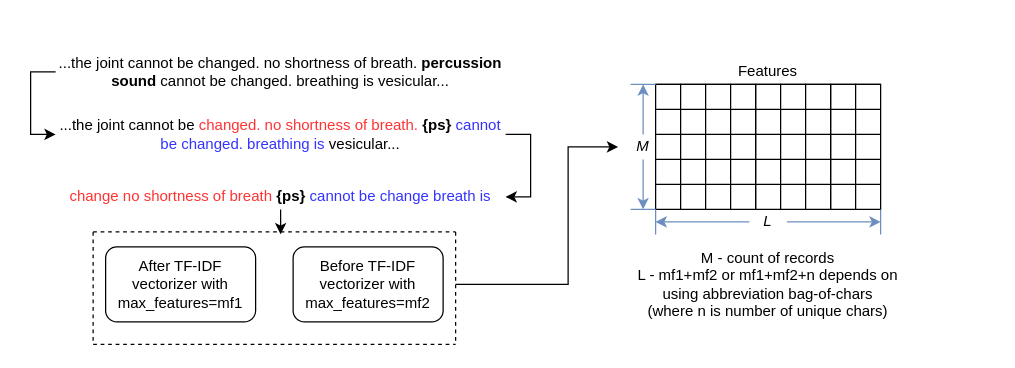
Before: data/Untitled Diagram.drawio in EgorovM/abbreviations_decode, a draw.io diagram. Source tidied: cells renumbered, new cells numbered last; positions are measured from the earlier drawing's top-left corner, leaving out a move shared by most shapes. Both pictures are drawn from the tidied source at 125%, with x=0, y=0 at pixel (55, 59).
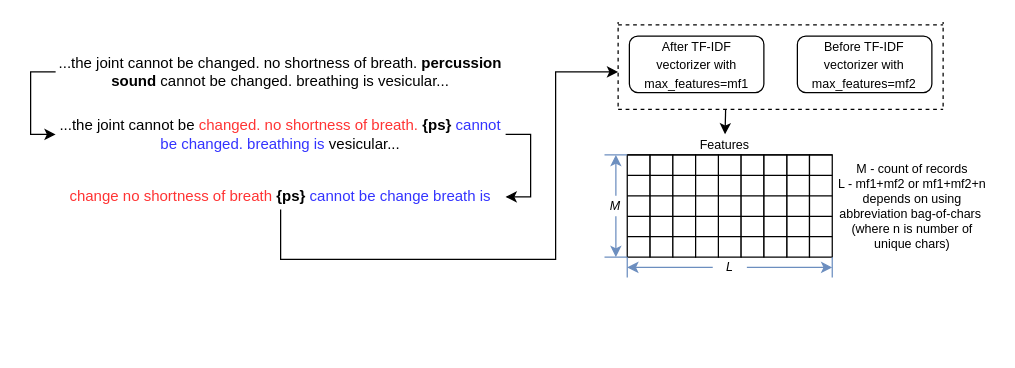
After the change.

Unchanged cells that the change refers to:
```xml
<mxCell id="7" value="&lt;font color=&quot;#ff3333&quot;&gt;change no shortness of breath&lt;/font&gt;&amp;nbsp;&lt;b&gt;{ps}&lt;/b&gt; &lt;font color=&quot;#3333ff&quot;&gt;cannot be change breath is&lt;/font&gt;" style="text;html=1;strokeColor=none;fillColor=none;align=center;verticalAlign=middle;whiteSpace=wrap;rounded=0;" parent="1" vertex="1">
  <mxGeometry y="100" width="360" height="20" as="geometry" />
</mxCell>
```

Change to the diagram source:
```diff
@@
     <mxCell id="6" style="edgeStyle=orthogonalEdgeStyle;rounded=0;jettySize=auto;html=1;exitX=0.5;exitY=1;exitDx=0;exitDy=0;strokeColor=#000000;" parent="1" edge="1" source="7">
       <mxGeometry relative="1" as="geometry">
-        <mxPoint x="180" y="140" as="targetPoint" />
+        <mxPoint x="450" y="10" as="targetPoint" />
+        <Array as="points">
+          <mxPoint x="180" y="160" />
+          <mxPoint x="400" y="160" />
+          <mxPoint x="400" y="10" />
+        </Array>
       </mxGeometry>
     </mxCell>
@@
+    <mxCell id="41" style="group;" parent="1" vertex="1">
+      <mxGeometry x="450" y="-30" width="260" height="70" as="geometry" />
+    </mxCell>
-    <mxCell id="8" value="After TF-IDF vectorizer with max_features=mf1" style="rounded=1;whiteSpace=wrap;html=1;" parent="1" vertex="1">
-      <mxGeometry x="40" y="150" width="120" height="60" as="geometry" />
+    <mxCell id="8" value="&lt;font style=&quot;font-size: 10px&quot;&gt;After TF-IDF&lt;br&gt;vectorizer with max_features=mf1&lt;/font&gt;" style="rounded=1;whiteSpace=wrap;html=1;" parent="41" vertex="1">
+      <mxGeometry x="9" y="11.3" width="107.6" height="45.2" as="geometry" />
     </mxCell>
-    <mxCell id="9" style="edgeStyle=orthogonalEdgeStyle;rounded=0;jettySize=auto;html=1;entryX=0;entryY=0.5;entryDx=0;entryDy=0;strokeColor=#000000;" parent="1" edge="1" target="34">
-      <mxGeometry relative="1" as="geometry">
-        <mxPoint x="320" y="180" as="sourcePoint" />
-        <Array as="points">
-          <mxPoint x="410" y="180" />
-          <mxPoint x="410" y="70" />
-        </Array>
-      </mxGeometry>
-    </mxCell>
-    <mxCell id="10" value="Before TF-IDF vectorizer with max_features=mf2" style="rounded=1;whiteSpace=wrap;html=1;" parent="1" vertex="1">
-      <mxGeometry x="190" y="150" width="120" height="60" as="geometry" />
+    <mxCell id="10" value="&lt;font style=&quot;font-size: 10px&quot;&gt;Before TF-IDF vectorizer with max_features=mf2&lt;/font&gt;" style="rounded=1;whiteSpace=wrap;html=1;" parent="41" vertex="1">
+      <mxGeometry x="143.4" y="11.3" width="107.6" height="45.2" as="geometry" />
     </mxCell>
-    <mxCell id="11" style="endArrow=none;dashed=1;html=1;" parent="1" edge="1">
+    <mxCell id="11" style="endArrow=none;dashed=1;html=1;" parent="41" edge="1">
       <mxGeometry relative="1" as="geometry">
-        <mxPoint x="320" y="225" as="sourcePoint" />
-        <mxPoint x="320" y="135" as="targetPoint" />
+        <mxPoint x="260" y="67.7" as="sourcePoint" />
+        <mxPoint x="260" as="targetPoint" />
       </mxGeometry>
     </mxCell>
-    <mxCell id="12" style="endArrow=none;dashed=1;html=1;" parent="1" edge="1">
+    <mxCell id="12" style="endArrow=none;dashed=1;html=1;" parent="41" edge="1">
       <mxGeometry relative="1" as="geometry">
-        <mxPoint x="30" y="225" as="sourcePoint" />
-        <mxPoint x="30" y="135" as="targetPoint" />
+        <mxPoint y="67.7" as="sourcePoint" />
+        <mxPoint as="targetPoint" />
       </mxGeometry>
     </mxCell>
-    <mxCell id="13" style="endArrow=none;dashed=1;html=1;" parent="1" edge="1">
+    <mxCell id="13" style="endArrow=none;dashed=1;html=1;" parent="41" edge="1">
       <mxGeometry relative="1" as="geometry">
-        <mxPoint x="30" y="228" as="sourcePoint" />
-        <mxPoint x="320" y="228" as="targetPoint" />
+        <mxPoint y="70" as="sourcePoint" />
+        <mxPoint x="260" y="70" as="targetPoint" />
       </mxGeometry>
     </mxCell>
-    <mxCell id="14" style="endArrow=none;dashed=1;html=1;" parent="1" edge="1">
+    <mxCell id="14" style="endArrow=none;dashed=1;html=1;" parent="41" edge="1">
       <mxGeometry relative="1" as="geometry">
-        <mxPoint x="30" y="138" as="sourcePoint" />
-        <mxPoint x="320" y="138" as="targetPoint" />
+        <mxPoint y="2.3" as="sourcePoint" />
+        <mxPoint x="260" y="2.3" as="targetPoint" />
       </mxGeometry>
     </mxCell>
+    <mxCell id="34" value="&lt;i&gt;&lt;font style=&quot;font-size: 10px&quot;&gt;M&lt;/font&gt;&lt;/i&gt;" style="text;html=1;strokeColor=none;fillColor=none;align=center;verticalAlign=middle;whiteSpace=wrap;rounded=0;" parent="1" vertex="1">
+      <mxGeometry x="430" y="109.1" width="36.4" height="16.4" as="geometry" />
+    </mxCell>
-    <mxCell id="15" value="Features" style="text;html=1;strokeColor=none;fillColor=none;align=center;verticalAlign=middle;whiteSpace=wrap;rounded=0;" parent="1" vertex="1">
-      <mxGeometry x="520" width="100" height="20" as="geometry" />
+    <mxCell id="15" value="&lt;font style=&quot;font-size: 10px&quot;&gt;Features&lt;/font&gt;" style="text;html=1;strokeColor=none;fillColor=none;align=center;verticalAlign=middle;whiteSpace=wrap;rounded=0;" parent="1" vertex="1">
+      <mxGeometry x="490" y="60" width="91.1" height="16.4" as="geometry" />
     </mxCell>
     <mxCell id="16" style="rounded=0;whiteSpace=wrap;html=1;" parent="1" vertex="1">
-      <mxGeometry x="480" y="20" width="20" height="100" as="geometry" />
+      <mxGeometry x="457.3" y="76.4" width="18.2" height="81.8" as="geometry" />
     </mxCell>
     <mxCell id="17" style="rounded=0;whiteSpace=wrap;html=1;" parent="1" vertex="1">
-      <mxGeometry x="500" y="20" width="20" height="100" as="geometry" />
+      <mxGeometry x="475.6" y="76.4" width="18.2" height="81.8" as="geometry" />
     </mxCell>
     <mxCell id="18" style="rounded=0;whiteSpace=wrap;html=1;" parent="1" vertex="1">
-      <mxGeometry x="520" y="20" width="20" height="100" as="geometry" />
+      <mxGeometry x="493.8" y="76.4" width="18.2" height="81.8" as="geometry" />
     </mxCell>
     <mxCell id="19" style="rounded=0;whiteSpace=wrap;html=1;" parent="1" vertex="1">
-      <mxGeometry x="560" y="20" width="20" height="100" as="geometry" />
+      <mxGeometry x="530.2" y="76.4" width="18.2" height="81.8" as="geometry" />
     </mxCell>
     <mxCell id="20" style="rounded=0;whiteSpace=wrap;html=1;" parent="1" vertex="1">
-      <mxGeometry x="540" y="20" width="20" height="100" as="geometry" />
+      <mxGeometry x="512" y="76.4" width="18.2" height="81.8" as="geometry" />
     </mxCell>
     <mxCell id="21" style="rounded=0;whiteSpace=wrap;html=1;" parent="1" vertex="1">
-      <mxGeometry x="580" y="20" width="20" height="100" as="geometry" />
+      <mxGeometry x="548.4" y="76.4" width="18.2" height="81.8" as="geometry" />
     </mxCell>
     <mxCell id="22" style="rounded=0;whiteSpace=wrap;html=1;" parent="1" vertex="1">
-      <mxGeometry x="620" y="20" width="20" height="100" as="geometry" />
+      <mxGeometry x="584.9" y="76.4" width="18.2" height="81.8" as="geometry" />
     </mxCell>
     <mxCell id="23" style="rounded=0;whiteSpace=wrap;html=1;" parent="1" vertex="1">
-      <mxGeometry x="600" y="20" width="20" height="100" as="geometry" />
+      <mxGeometry x="566.7" y="76.4" width="18.2" height="81.8" as="geometry" />
     </mxCell>
     <mxCell id="24" style="rounded=0;whiteSpace=wrap;html=1;" parent="1" vertex="1">
-      <mxGeometry x="640" y="20" width="20" height="100" as="geometry" />
+      <mxGeometry x="603.1" y="76.4" width="18.2" height="81.8" as="geometry" />
     </mxCell>
     <mxCell id="25" style="endArrow=none;html=1;exitX=0;exitY=1;exitDx=0;exitDy=0;entryX=0;entryY=0;entryDx=0;entryDy=0;" parent="1" edge="1">
-      <mxGeometry relative="1" as="geometry">
-        <mxPoint x="480" y="100" as="sourcePoint" />
-        <mxPoint x="660" y="100" as="targetPoint" />
+      <mxGeometry x="579.1" y="150" as="geometry">
+        <mxPoint x="457.3" y="141.8" as="sourcePoint" />
+        <mxPoint x="621.3" y="141.8" as="targetPoint" />
       </mxGeometry>
     </mxCell>
     <mxCell id="26" style="endArrow=none;html=1;exitX=0;exitY=1;exitDx=0;exitDy=0;entryX=0;entryY=0;entryDx=0;entryDy=0;" parent="1" edge="1">
-      <mxGeometry relative="1" as="geometry">
-        <mxPoint x="480" y="80" as="sourcePoint" />
-        <mxPoint x="660" y="80" as="targetPoint" />
+      <mxGeometry x="579.1" y="150" as="geometry">
+        <mxPoint x="457.3" y="125.5" as="sourcePoint" />
+        <mxPoint x="621.3" y="125.5" as="targetPoint" />
       </mxGeometry>
     </mxCell>
     <mxCell id="27" style="endArrow=none;html=1;exitX=0;exitY=1;exitDx=0;exitDy=0;entryX=0;entryY=0;entryDx=0;entryDy=0;" parent="1" edge="1">
-      <mxGeometry relative="1" as="geometry">
-        <mxPoint x="480" y="60" as="sourcePoint" />
-        <mxPoint x="660" y="60" as="targetPoint" />
+      <mxGeometry x="579.1" y="150" as="geometry">
+        <mxPoint x="457.3" y="109.1" as="sourcePoint" />
+        <mxPoint x="621.3" y="109.1" as="targetPoint" />
       </mxGeometry>
     </mxCell>
     <mxCell id="28" style="endArrow=none;html=1;exitX=0;exitY=1;exitDx=0;exitDy=0;entryX=0;entryY=0;entryDx=0;entryDy=0;" parent="1" edge="1">
-      <mxGeometry relative="1" as="geometry">
-        <mxPoint x="480" y="40" as="sourcePoint" />
-        <mxPoint x="660" y="40" as="targetPoint" />
+      <mxGeometry x="579.1" y="150" as="geometry">
+        <mxPoint x="457.3" y="92.7" as="sourcePoint" />
+        <mxPoint x="621.3" y="92.7" as="targetPoint" />
       </mxGeometry>
     </mxCell>
     <mxCell id="29" style="endArrow=none;html=1;exitX=0;exitY=1;exitDx=0;exitDy=0;entryX=0;entryY=0;entryDx=0;entryDy=0;" parent="1" edge="1">
-      <mxGeometry relative="1" as="geometry">
-        <mxPoint x="480" y="20" as="sourcePoint" />
-        <mxPoint x="660" y="20" as="targetPoint" />
+      <mxGeometry x="579.1" y="150" as="geometry">
+        <mxPoint x="457.3" y="76.4" as="sourcePoint" />
+        <mxPoint x="621.3" y="76.4" as="targetPoint" />
       </mxGeometry>
     </mxCell>
     <mxCell id="30" style="endArrow=none;html=1;entryX=0;entryY=0;entryDx=0;entryDy=0;fillColor=#dae8fc;strokeColor=#6c8ebf;" parent="1" edge="1" target="16">
-      <mxGeometry relative="1" as="geometry">
-        <mxPoint x="460" y="20" as="sourcePoint" />
+      <mxGeometry x="579.1" y="150" as="geometry">
+        <mxPoint x="439.1" y="76.4" as="sourcePoint" />
       </mxGeometry>
     </mxCell>
     <mxCell id="31" style="endArrow=none;html=1;exitX=0;exitY=1;exitDx=0;exitDy=0;fillColor=#dae8fc;strokeColor=#6c8ebf;" parent="1" edge="1" source="16">
-      <mxGeometry relative="1" as="geometry">
-        <mxPoint x="460" y="120" as="targetPoint" />
+      <mxGeometry x="579.1" y="150" as="geometry">
+        <mxPoint x="439.1" y="158.2" as="targetPoint" />
       </mxGeometry>
     </mxCell>
     <mxCell id="32" style="edgeStyle=orthogonalEdgeStyle;rounded=0;jettySize=auto;html=1;exitX=0.5;exitY=0;exitDx=0;exitDy=0;fillColor=#dae8fc;strokeColor=#6C8EBF;" parent="1" edge="1" source="34">
-      <mxGeometry relative="1" as="geometry">
-        <mxPoint x="470" y="20" as="targetPoint" />
+      <mxGeometry x="579.1" y="150" as="geometry">
+        <mxPoint x="448.2" y="76.4" as="targetPoint" />
       </mxGeometry>
     </mxCell>
     <mxCell id="33" style="edgeStyle=orthogonalEdgeStyle;rounded=0;jettySize=auto;html=1;exitX=0.5;exitY=1;exitDx=0;exitDy=0;fillColor=#dae8fc;strokeColor=#6c8ebf;" parent="1" edge="1" source="34">
-      <mxGeometry relative="1" as="geometry">
-        <mxPoint x="470" y="120" as="targetPoint" />
+      <mxGeometry x="579.1" y="150" as="geometry">
+        <mxPoint x="448.2" y="158.2" as="targetPoint" />
       </mxGeometry>
     </mxCell>
-    <mxCell id="34" value="&lt;i&gt;M&lt;/i&gt;" style="text;html=1;strokeColor=none;fillColor=none;align=center;verticalAlign=middle;whiteSpace=wrap;rounded=0;" parent="1" vertex="1">
-      <mxGeometry x="450" y="60" width="40" height="20" as="geometry" />
-    </mxCell>
     <mxCell id="35" style="endArrow=none;html=1;strokeColor=#6C8EBF;entryX=0;entryY=1;entryDx=0;entryDy=0;" parent="1" edge="1" target="16">
-      <mxGeometry relative="1" as="geometry">
-        <mxPoint x="480" y="140" as="sourcePoint" />
+      <mxGeometry x="579.1" y="150" as="geometry">
+        <mxPoint x="457.3" y="174.5" as="sourcePoint" />
       </mxGeometry>
     </mxCell>
     <mxCell id="36" style="endArrow=none;html=1;strokeColor=#6C8EBF;entryX=1;entryY=1;entryDx=0;entryDy=0;" parent="1" edge="1" target="24">
-      <mxGeometry relative="1" as="geometry">
-        <mxPoint x="660" y="140" as="sourcePoint" />
+      <mxGeometry x="579.1" y="150" as="geometry">
+        <mxPoint x="621.3" y="174.5" as="sourcePoint" />
       </mxGeometry>
     </mxCell>
     <mxCell id="37" style="edgeStyle=orthogonalEdgeStyle;rounded=0;jettySize=auto;html=1;exitX=1;exitY=0.5;exitDx=0;exitDy=0;strokeColor=#6C8EBF;" parent="1" edge="1" source="39">
-      <mxGeometry relative="1" as="geometry">
-        <mxPoint x="660" y="130" as="targetPoint" />
+      <mxGeometry x="579.1" y="150" as="geometry">
+        <mxPoint x="621.3" y="166.4" as="targetPoint" />
       </mxGeometry>
     </mxCell>
     <mxCell id="38" style="edgeStyle=orthogonalEdgeStyle;rounded=0;jettySize=auto;html=1;exitX=0;exitY=0.5;exitDx=0;exitDy=0;strokeColor=#6C8EBF;" parent="1" edge="1" source="39">
-      <mxGeometry relative="1" as="geometry">
-        <mxPoint x="480" y="130" as="targetPoint" />
+      <mxGeometry x="579.1" y="150" as="geometry">
+        <mxPoint x="457.3" y="166.4" as="targetPoint" />
       </mxGeometry>
     </mxCell>
-    <mxCell id="39" value="&lt;i&gt;L&lt;/i&gt;" style="text;html=1;strokeColor=none;fillColor=none;align=center;verticalAlign=middle;whiteSpace=wrap;rounded=0;" parent="1" vertex="1">
-      <mxGeometry x="555" y="120" width="30" height="20" as="geometry" />
+    <mxCell id="39" value="&lt;i&gt;&lt;font style=&quot;font-size: 10px&quot;&gt;L&lt;/font&gt;&lt;/i&gt;" style="text;html=1;strokeColor=none;fillColor=none;align=center;verticalAlign=middle;whiteSpace=wrap;rounded=0;" parent="1" vertex="1">
+      <mxGeometry x="525.7" y="158.2" width="27.3" height="16.4" as="geometry" />
     </mxCell>
-    <mxCell id="40" value="&lt;div&gt;&lt;span&gt;M - count of records&lt;/span&gt;&lt;/div&gt;&lt;div&gt;&lt;span&gt;L - mf1+mf2 or mf1+mf2+n depends on using abbreviation bag-of-chars (where n is number of unique chars)&lt;/span&gt;&lt;/div&gt;" style="text;html=1;strokeColor=none;fillColor=none;align=center;verticalAlign=middle;whiteSpace=wrap;rounded=0;" parent="1" vertex="1">
-      <mxGeometry x="465" y="140" width="210" height="80" as="geometry" />
+    <mxCell id="40" value="&lt;div style=&quot;font-size: 10px&quot;&gt;&lt;font style=&quot;font-size: 10px&quot;&gt;M - count of records&lt;/font&gt;&lt;/div&gt;&lt;div style=&quot;font-size: 10px&quot;&gt;&lt;font style=&quot;font-size: 10px&quot;&gt;L - mf1+mf2 or mf1+mf2+n depends on using abbreviation bag-of-chars&amp;nbsp;&lt;/font&gt;&lt;/div&gt;&lt;div style=&quot;font-size: 10px&quot;&gt;&lt;font style=&quot;font-size: 10px&quot;&gt;(where n is number of unique chars)&lt;/font&gt;&lt;/div&gt;" style="text;html=1;strokeColor=none;fillColor=none;align=center;verticalAlign=middle;whiteSpace=wrap;rounded=0;" parent="1" vertex="1">
+      <mxGeometry x="621.3" y="84.6" width="129.1" height="65.5" as="geometry" />
     </mxCell>
+    <mxCell id="42" style="endArrow=classic;html=1;entryX=0.5;entryY=0;entryDx=0;entryDy=0;" parent="1" edge="1" target="15">
+      <mxGeometry relative="1" as="geometry">
+        <mxPoint x="536" y="40" as="sourcePoint" />
+      </mxGeometry>
+    </mxCell>
```
